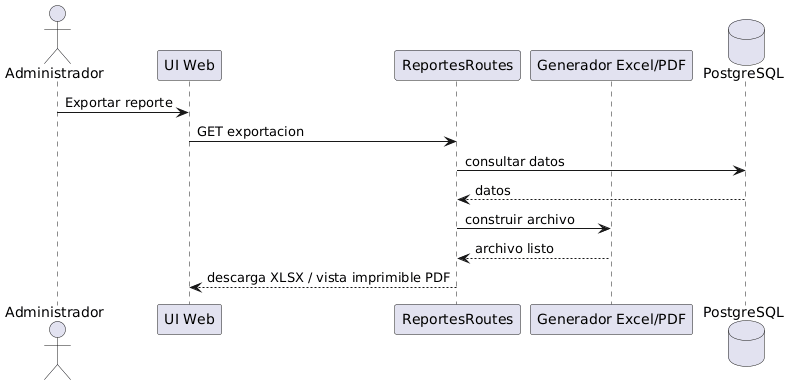
Before: docs/uml/render/secuencias/CU03_exportar_reportes.png, a diagram exported from PlantUML (maranavard/SISTEMA-COMPUTACIONAL-PARA-LA-GESTION-Y-CONTROL-DE-ACCESO-DE-AUTOMOVILES-M-DULO-WEB). Source of this version:
```plantuml
@startuml
actor Administrador
participant "UI Web" as UI
participant "ReportesRoutes" as R
participant "Generador Excel/PDF" as G
database "PostgreSQL" as DB

Administrador -> UI : Exportar reporte
UI -> R : GET exportacion
R -> DB : consultar datos
DB --> R : datos
R -> G : construir archivo
G --> R : archivo listo
R --> UI : descarga XLSX / vista imprimible PDF
@enduml
```
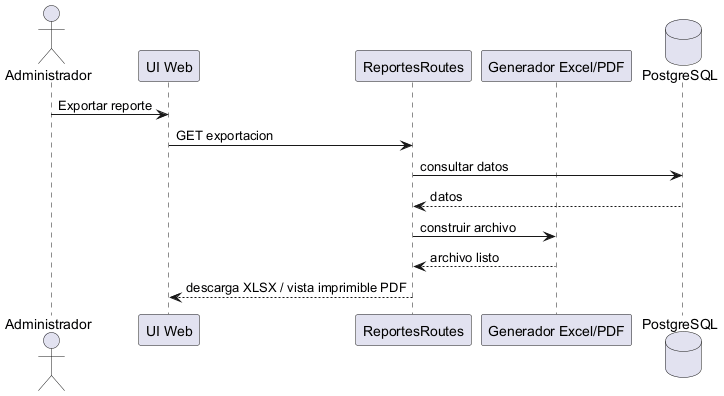
Above is the later version.

Change to the diagram source:
```diff
@@ -1,4 +1,4 @@
-@startuml
+@startuml CU03_exportar_reportes
 actor Administrador
 participant "UI Web" as UI
 participant "ReportesRoutes" as R
```
